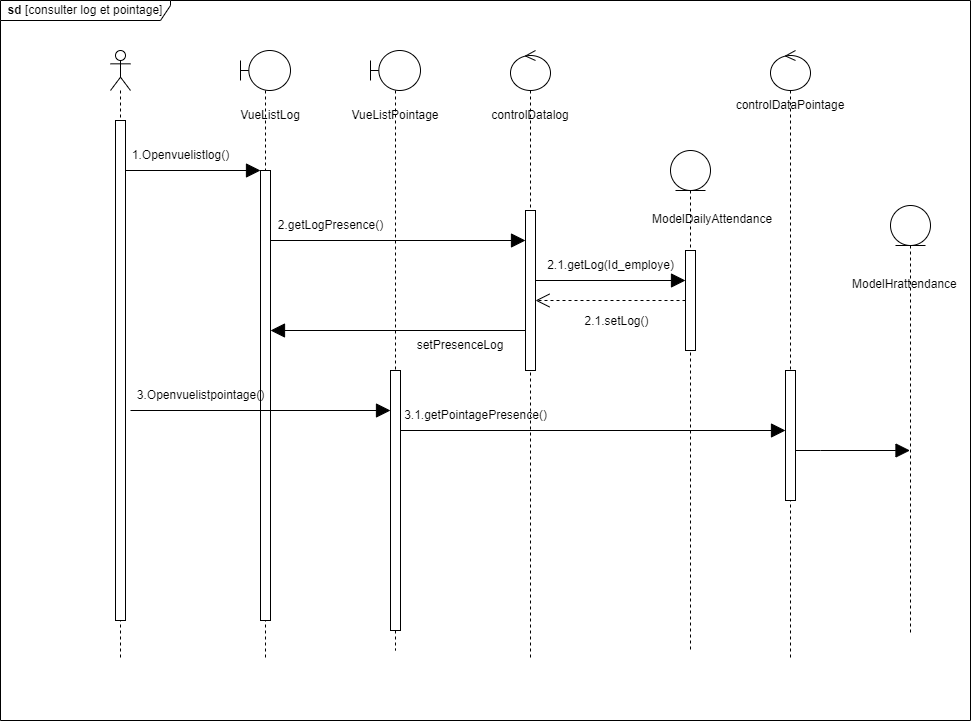
Above: static/Diagramme des séquences conceptuel  log et pointage .drawio.png in Siluearsene/borne_biometrique (draw.io), before the change. Source tidied: cells renumbered, new cells last; positions are measured from the earlier drawing's top-left corner, leaving out a move shared by most shapes.
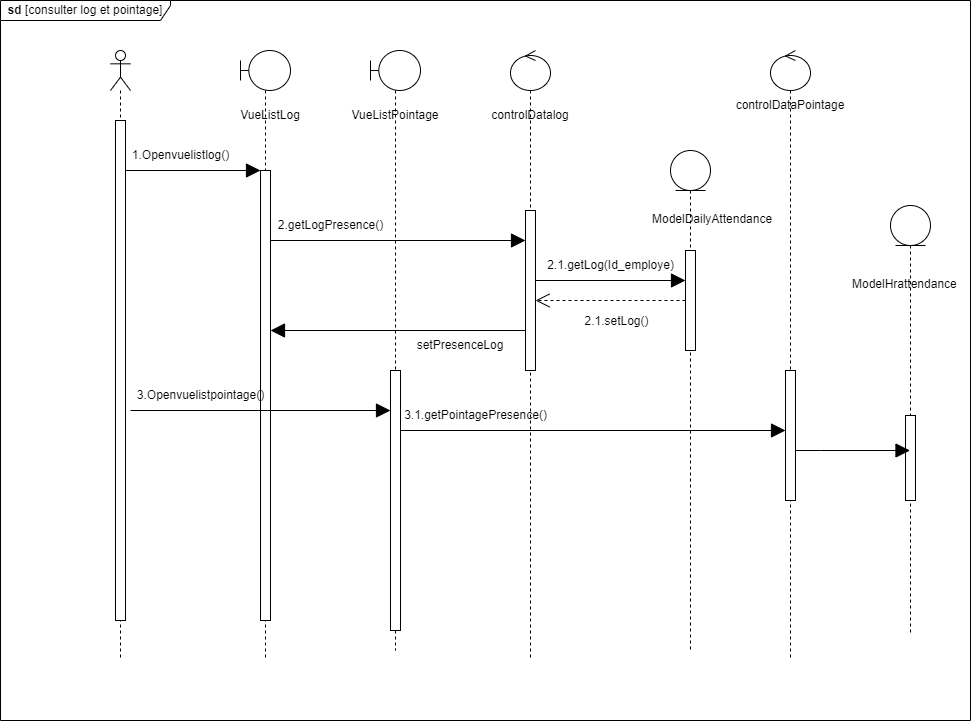
After the change.

Commit message:
Mettre à jour Diagramme des séquences conceptuel  log et pointage .drawio.png

Change to the diagram source:
```diff
@@ -112,6 +112,9 @@
     <mxCell id="33" style="shape=umlLifeline;perimeter=lifelinePerimeter;whiteSpace=wrap;html=1;outlineConnect=0;portConstraint=eastwest;newEdgeStyle={&quot;edgeStyle&quot;:&quot;elbowEdgeStyle&quot;,&quot;elbow&quot;:&quot;vertical&quot;,&quot;curved&quot;:0,&quot;rounded&quot;:0};participant=umlEntity;" parent="1" vertex="1">
       <mxGeometry x="890" y="205" width="40" height="430" as="geometry" />
     </mxCell>
+    <mxCell id="37" style="html=1;perimeter=orthogonalPerimeter;targetShapes=umlLifeline;newEdgeStyle={&quot;edgeStyle&quot;:&quot;elbowEdgeStyle&quot;,&quot;elbow&quot;:&quot;vertical&quot;,&quot;curved&quot;:0,&quot;rounded&quot;:0};" parent="33" vertex="1">
+      <mxGeometry x="15" y="210" width="10" height="85" as="geometry" />
+    </mxCell>
     <mxCell id="34" value="&lt;div style=&quot;text-align: center;&quot;&gt;&lt;span style=&quot;background-color: initial;&quot;&gt;ModelHrattendance&lt;/span&gt;&lt;/div&gt;" style="text;whiteSpace=wrap;html=1;" parent="1" vertex="1">
       <mxGeometry x="850" y="270" width="100" height="25" as="geometry" />
     </mxCell>
```
